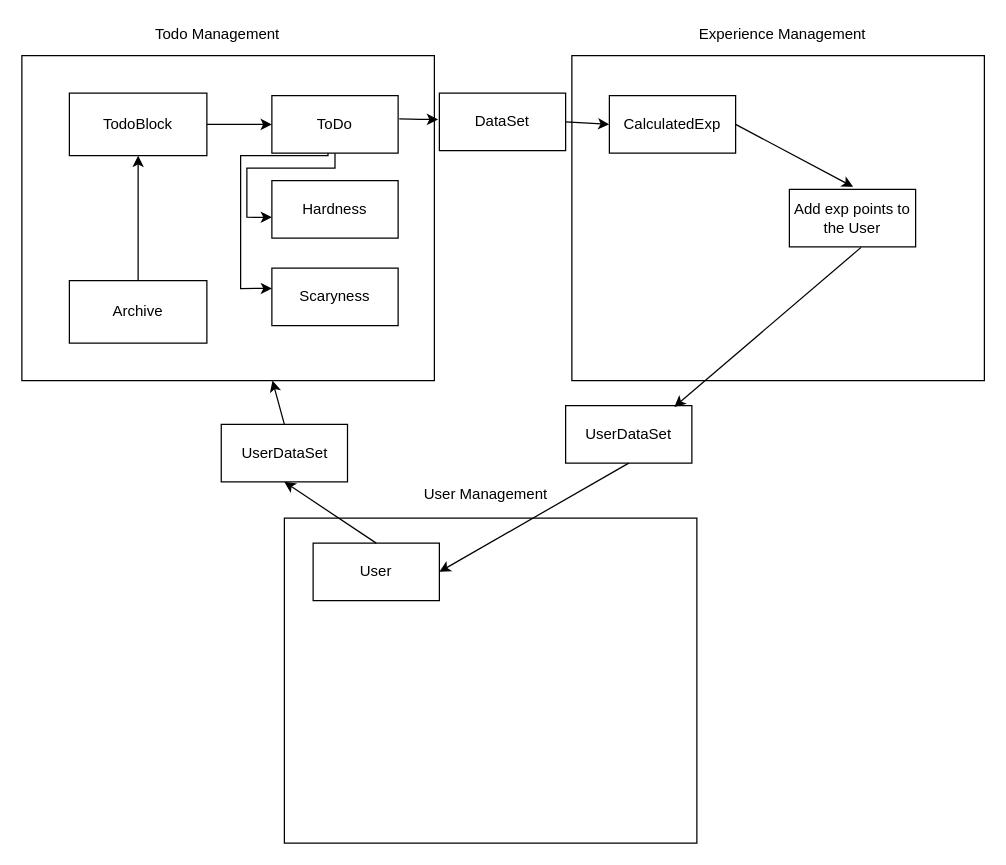
Before: 3projects.drawio in FedosovMax/knight-todo, a draw.io diagram. Source tidied: cells renumbered, new cells numbered last; positions are measured from the earlier drawing's top-left corner, leaving out a move shared by most shapes. Both pictures are drawn from the tidied source at 125%, with x=0, y=0 at pixel (21, 21).
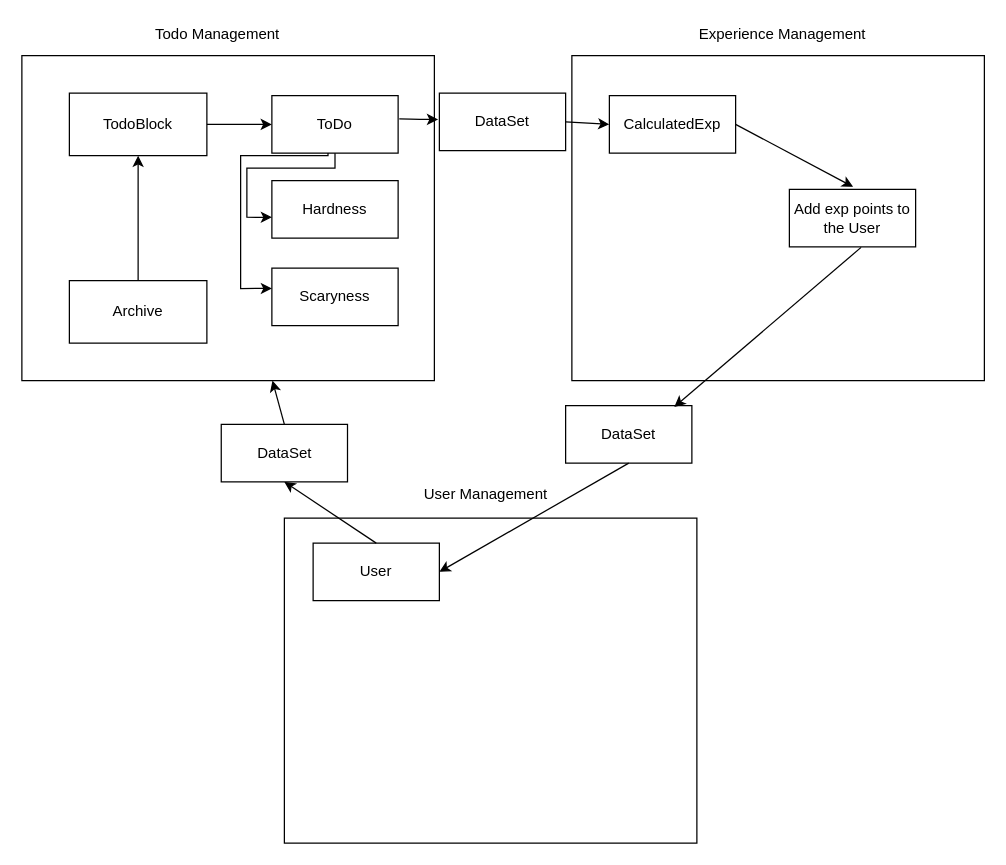
After the change.

What changed in the source:
```diff
@@
-    <mxCell id="26" value="UserDataSet" style="rounded=0;whiteSpace=wrap;html=1;fillColor=none;" parent="1" vertex="1">
+    <mxCell id="26" value="DataSet" style="rounded=0;whiteSpace=wrap;html=1;fillColor=none;" parent="1" vertex="1">
       <mxGeometry x="159.5" y="322" width="101" height="46" as="geometry" />
     </mxCell>
-    <mxCell id="27" value="UserDataSet" style="rounded=0;whiteSpace=wrap;html=1;fillColor=none;" parent="1" vertex="1">
+    <mxCell id="27" value="DataSet" style="rounded=0;whiteSpace=wrap;html=1;fillColor=none;" parent="1" vertex="1">
       <mxGeometry x="435" y="307" width="101" height="46" as="geometry" />
     </mxCell>
```
